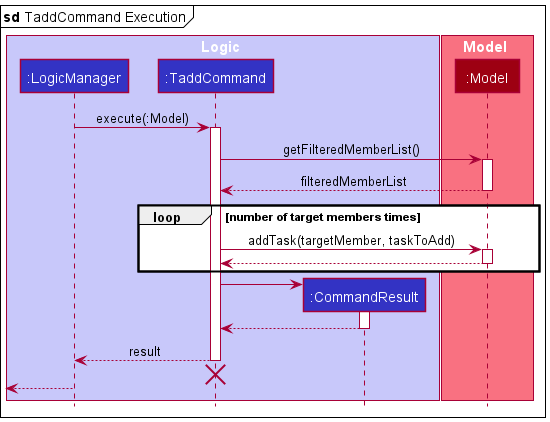
Above: docs/images/task/TaskAddExecutionSequenceDiagram.png in nus-cs2103-AY2122S1/tp (PlantUML), before the change. Its diagram source:
```plantuml
@startuml
!include ../style.puml
mainframe **sd** TaddCommand Execution

box Logic LOGIC_COLOR_T1
participant ":LogicManager" as LogicManager LOGIC_COLOR
participant ":TaddCommand" as TaddCommand LOGIC_COLOR
participant ":CommandResult" as CommandResult LOGIC_COLOR
end box

box Model MODEL_COLOR_T1
participant ":Model" as Model MODEL_COLOR
end box

LogicManager -> TaddCommand : execute(:Model)
activate TaddCommand

TaddCommand -> Model : getFilteredMemberList()
activate Model

Model --> TaddCommand : filteredMemberList
deactivate Model

loop number of target members times
TaddCommand -> Model : addTask(targetMember, taskToAdd)
activate Model

Model --> TaddCommand
deactivate Model
end loop

create CommandResult
TaddCommand -> CommandResult
activate CommandResult

CommandResult --> TaddCommand
deactivate CommandResult

TaddCommand --> LogicManager : result
deactivate TaddCommand

TaddCommand -[hidden]-> LogicManager
destroy TaddCommand

[<--LogicManager
deactivate LogicManager
@enduml
```
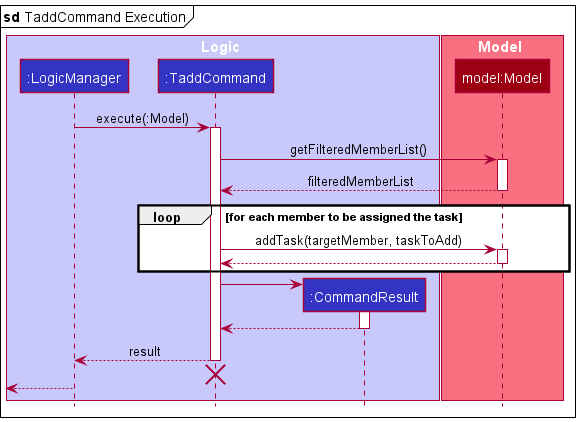
After the change.

Commit message:
Add maunal testing guide for task

Change to the diagram source:
```diff
@@ -9,7 +9,7 @@
 end box
 
 box Model MODEL_COLOR_T1
-participant ":Model" as Model MODEL_COLOR
+participant "model:Model" as Model MODEL_COLOR
 end box
 
 LogicManager -> TaddCommand : execute(:Model)
@@ -21,7 +21,7 @@
 Model --> TaddCommand : filteredMemberList
 deactivate Model
 
-loop number of target members times
+loop for each member to be assigned the task
 TaddCommand -> Model : addTask(targetMember, taskToAdd)
 activate Model
 
```
